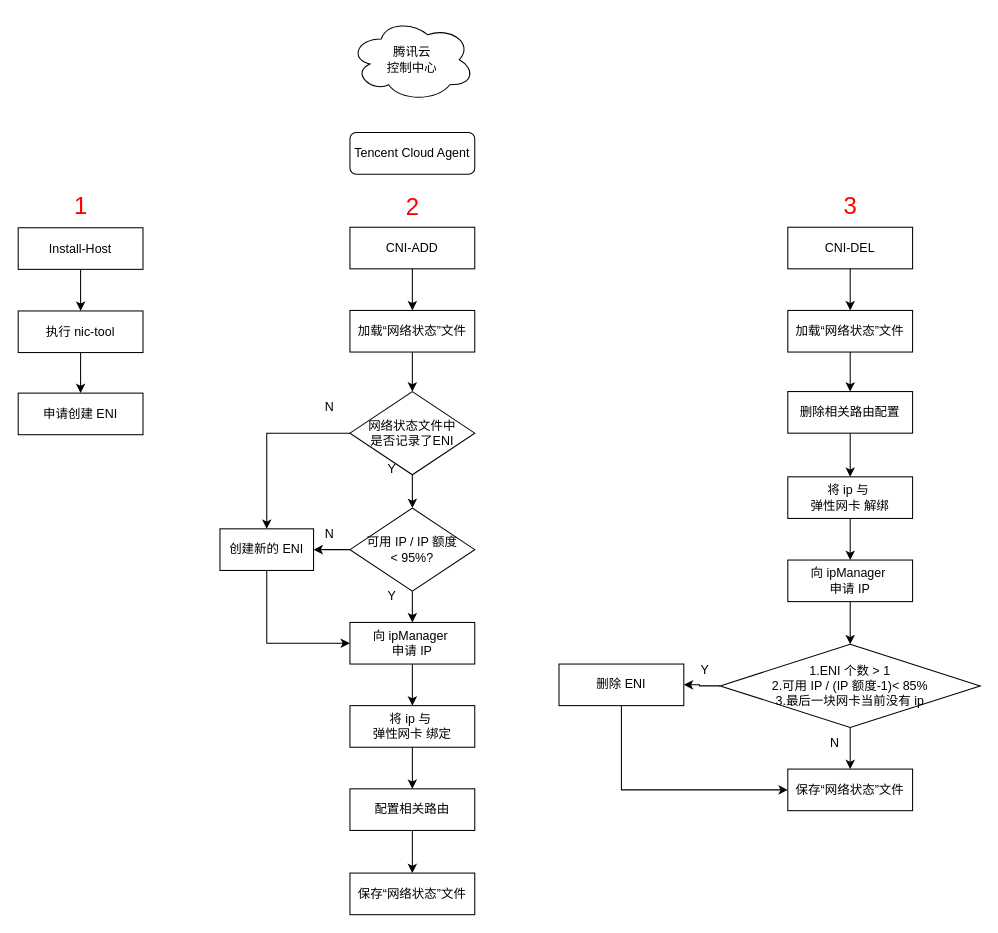
Above: cni-eni.drawio in cityofwang/beats (draw.io), before the change. Source tidied: cells renumbered, new cells numbered last; positions are measured from the earlier drawing's top-left corner, leaving out a move shared by most shapes. Both pictures are drawn from the tidied source at 104%, with x=0, y=0 at pixel (18, 18).
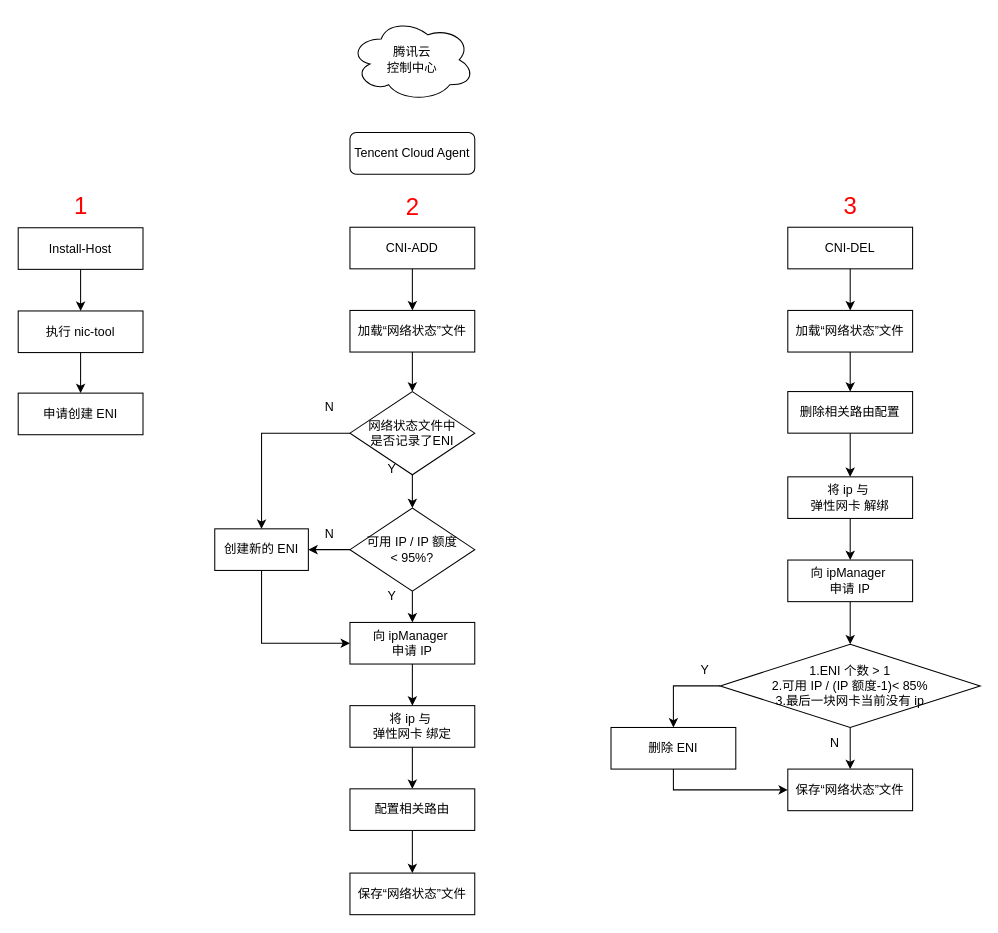
The same diagram, later.

The change refers to these unchanged cells:
```xml
<mxCell id="36" value="&lt;div&gt;&lt;span style=&quot;background-color: initial;&quot;&gt;1.ENI 个数 &amp;gt; 1&lt;/span&gt;&lt;/div&gt;&lt;div&gt;&lt;span style=&quot;background-color: initial;&quot;&gt;2.可用 IP / (IP 额度-1)&lt;/span&gt;&lt;span style=&quot;background-color: initial;&quot;&gt;&amp;lt; 85%&lt;/span&gt;&lt;/div&gt;&lt;div&gt;&lt;span style=&quot;background-color: initial;&quot;&gt;3.&lt;/span&gt;&lt;span style=&quot;background-color: initial;&quot;&gt;最后一块网卡当前没有 ip&lt;/span&gt;&lt;/div&gt;" style="rhombus;whiteSpace=wrap;html=1;fillColor=none;align=center;" parent="1" vertex="1">
  <mxGeometry x="675" y="602" width="250" height="80" as="geometry" />
</mxCell>
```

Diff of the diagram source:
```diff
@@
     <mxCell id="9" value="创建新的 ENI" style="rounded=0;whiteSpace=wrap;html=1;fillColor=none;" parent="1" vertex="1">
-      <mxGeometry x="194" y="491" width="90" height="40" as="geometry" />
+      <mxGeometry x="189" y="491" width="90" height="40" as="geometry" />
     </mxCell>
@@
-    <mxCell id="34" style="edgeStyle=orthogonalEdgeStyle;rounded=0;jettySize=auto;html=1;" parent="1" edge="1" source="36" target="38">
+    <mxCell id="34" style="edgeStyle=orthogonalEdgeStyle;rounded=0;jettySize=auto;html=1;exitX=0;exitY=0.5;exitDx=0;exitDy=0;" parent="1" edge="1" source="36" target="38">
       <mxGeometry relative="1" as="geometry" />
     </mxCell>
@@
     <mxCell id="38" value="删除 ENI" style="rounded=0;whiteSpace=wrap;html=1;fillColor=none;" parent="1" vertex="1">
-      <mxGeometry x="520" y="621" width="120" height="40" as="geometry" />
+      <mxGeometry x="570" y="682" width="120" height="40" as="geometry" />
     </mxCell>
```
